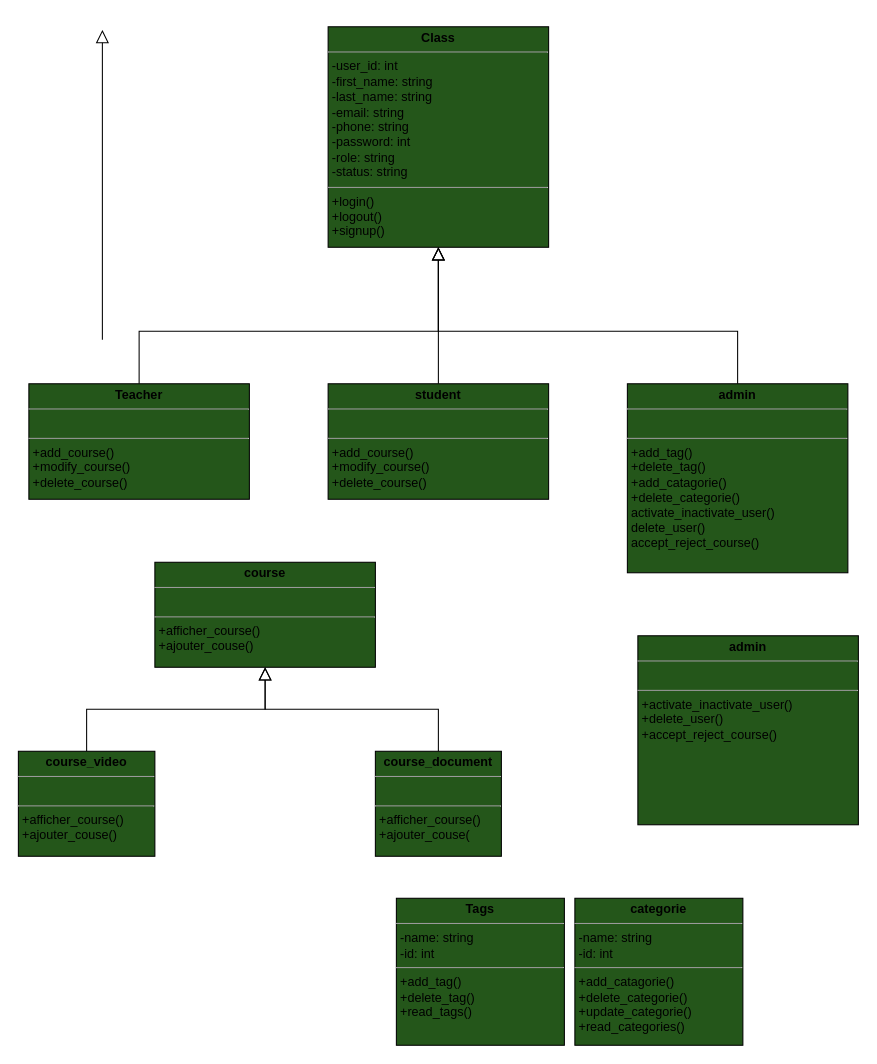
Before: page "Page-1" (1 of 2) of UML/diagramme_de_classe.drawio in Abderrahman-Ahouari/brief-crois-e-2-Plateforme-de-Cours-en-Ligne-Youdemy, a draw.io diagram. Source tidied: cells renumbered, new cells numbered last; positions are measured from the earlier drawing's top-left corner, leaving out a move shared by most shapes. Both pictures are drawn from the tidied source at 105%, with x=0, y=0 at pixel (18, 26).
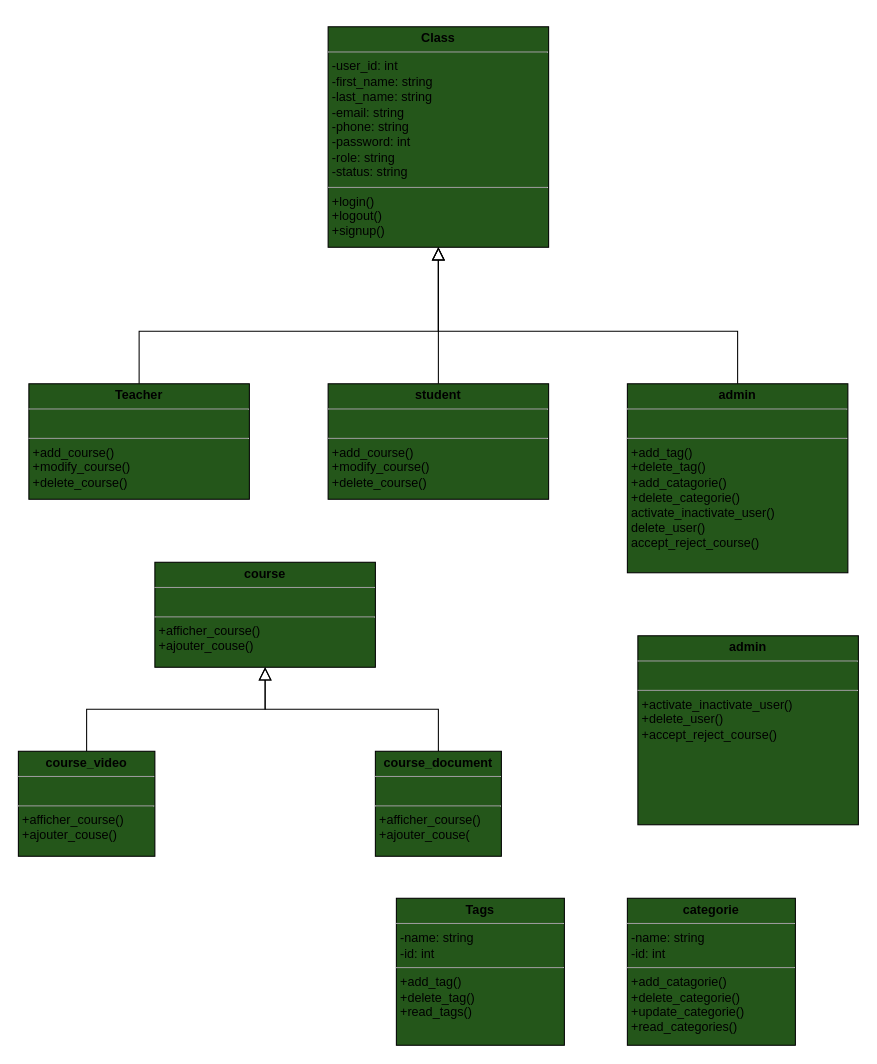
The same diagram, later.

What changed in the source:
```diff
@@
-    <mxCell id="2" style="endArrow=block;endSize=10;endFill=0;shadow=0;strokeWidth=1;rounded=0;edgeStyle=elbowEdgeStyle;elbow=vertical;" parent="1" edge="1">
-      <mxGeometry relative="1" as="geometry">
-        <mxPoint x="80" y="298" as="sourcePoint" />
-        <mxPoint x="80" y="3" as="targetPoint" />
-      </mxGeometry>
-    </mxCell>
@@
     <mxCell id="15" value="&lt;p style=&quot;margin:0px;margin-top:4px;text-align:center;&quot;&gt;&lt;b&gt;categorie&lt;/b&gt;&lt;/p&gt;&lt;hr size=&quot;1&quot;&gt;&lt;p style=&quot;margin:0px;margin-left:4px;&quot;&gt;-name: string&lt;/p&gt;&lt;p style=&quot;margin:0px;margin-left:4px;&quot;&gt;-id: int&lt;/p&gt;&lt;hr size=&quot;1&quot;&gt;&lt;p style=&quot;margin:0px;margin-left:4px;&quot;&gt;&lt;span style=&quot;background-color: initial;&quot;&gt;+add_catagorie()&lt;/span&gt;&lt;br&gt;&lt;/p&gt;&lt;p style=&quot;margin: 0px 0px 0px 4px;&quot;&gt;+delete_categorie()&lt;/p&gt;&lt;p style=&quot;margin: 0px 0px 0px 4px;&quot;&gt;+update_categorie()&lt;/p&gt;&lt;p style=&quot;margin: 0px 0px 0px 4px;&quot;&gt;+read_categories()&lt;/p&gt;&lt;p style=&quot;margin: 0px 0px 0px 4px;&quot;&gt;&lt;br&gt;&lt;/p&gt;" style="verticalAlign=top;align=left;overflow=fill;fontSize=12;fontFamily=Helvetica;html=1;fillColor=#24561A;" parent="1" vertex="1">
-      <mxGeometry x="530" y="830" width="160" height="140" as="geometry" />
+      <mxGeometry x="580" y="830" width="160" height="140" as="geometry" />
     </mxCell>
```
